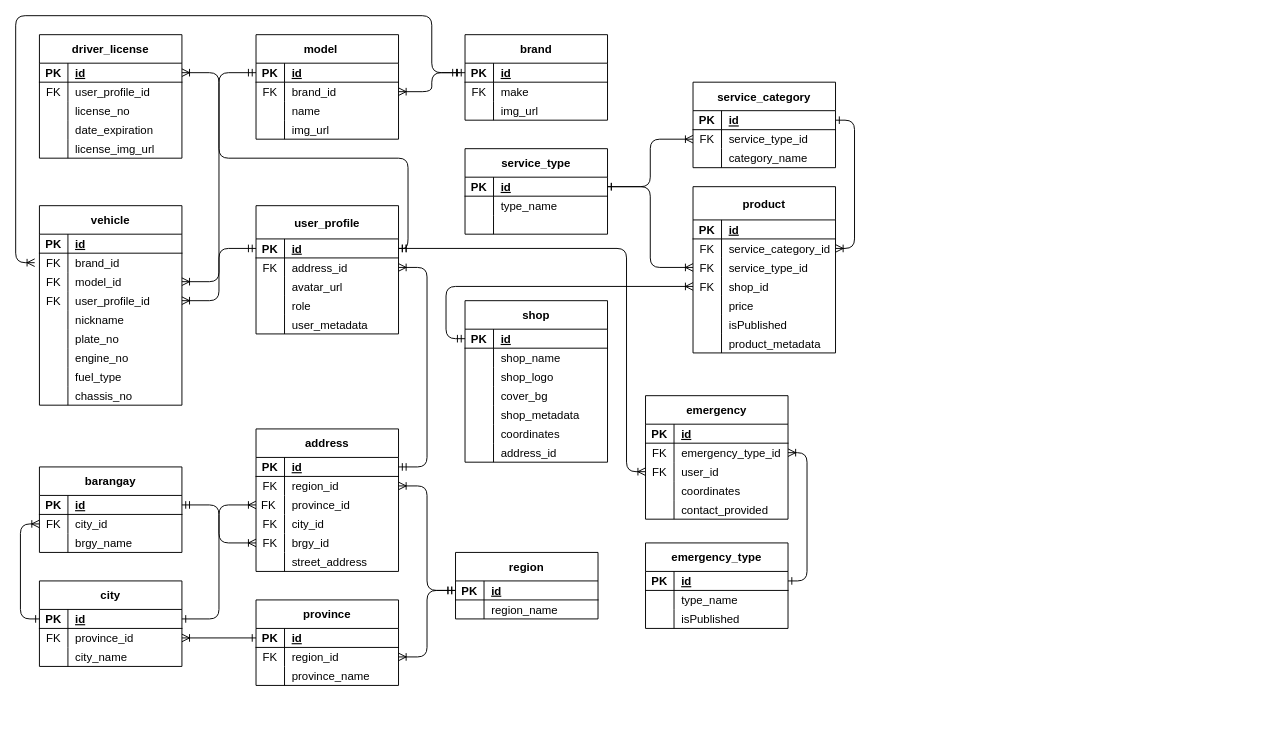
Above: Untitled Diagram.drawio in PitZza04/drawIO (draw.io), before the change. Source tidied: cells renumbered, new cells numbered last; positions are measured from the earlier drawing's top-left corner, leaving out a move shared by most shapes. Both pictures are drawn from the tidied source at 95%, with x=0, y=0 at pixel (15, 15).
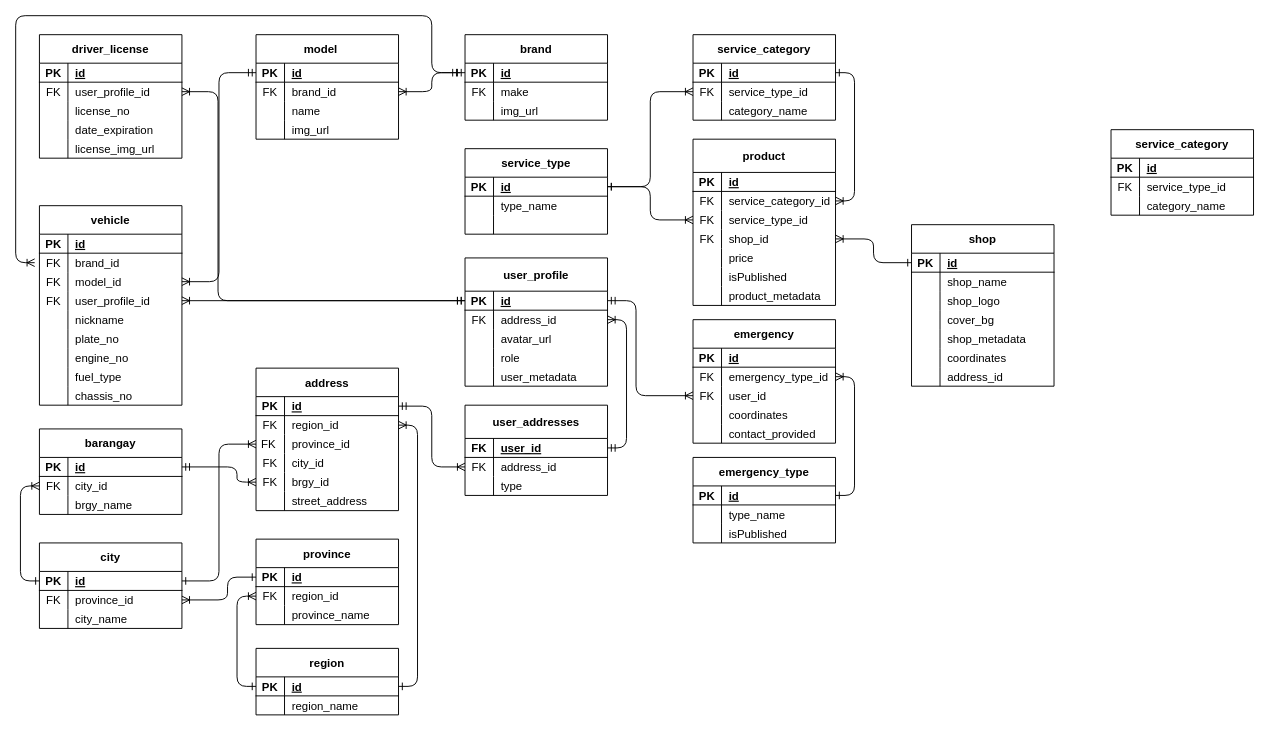
The same diagram, later.

Commit message:
Automate Database Design.drawio

The change refers to these unchanged cells:
```xml
<mxCell id="3" style="shape=partialRectangle;fillColor=none;top=0;left=0;bottom=1;right=0;points=[[0,0.5],[1,0.5]];portConstraint=eastwest;" parent="2" vertex="1">
  <mxGeometry y="30" width="150" height="20" as="geometry" />
</mxCell>
<mxCell id="6" style="shape=partialRectangle;fillColor=none;top=0;left=0;bottom=0;right=0;points=[[0,0.5],[1,0.5]];portConstraint=eastwest;" parent="2" vertex="1">
  <mxGeometry y="50" width="150" height="20" as="geometry" />
</mxCell>
<mxCell id="19" style="shape=partialRectangle;fillColor=none;top=0;left=0;bottom=1;right=0;points=[[0,0.5],[1,0.5]];portConstraint=eastwest;" parent="18" vertex="1">
  <mxGeometry y="35" width="150" height="20" as="geometry" />
</mxCell>
<mxCell id="22" style="shape=partialRectangle;fillColor=none;top=0;left=0;bottom=0;right=0;points=[[0,0.5],[1,0.5]];portConstraint=eastwest;" parent="18" vertex="1">
  <mxGeometry y="55" width="150" height="20" as="geometry" />
</mxCell>
<mxCell id="35" style="shape=partialRectangle;fillColor=none;top=0;left=0;bottom=1;right=0;points=[[0,0.5],[1,0.5]];portConstraint=eastwest;" parent="34" vertex="1">
  <mxGeometry y="30" width="150" height="20" as="geometry" />
</mxCell>
<mxCell id="38" style="shape=partialRectangle;fillColor=none;top=0;left=0;bottom=0;right=0;points=[[0,0.5],[1,0.5]];portConstraint=eastwest;" parent="34" vertex="1">
  <mxGeometry y="50" width="150" height="20" as="geometry" />
</mxCell>
<mxCell id="47" style="shape=partialRectangle;fillColor=none;top=0;left=0;bottom=0;right=0;points=[[0,0.5],[1,0.5]];portConstraint=eastwest;" parent="34" vertex="1">
  <mxGeometry y="110" width="150" height="20" as="geometry" />
</mxCell>
<mxCell id="54" style="shape=partialRectangle;fillColor=none;top=0;left=0;bottom=1;right=0;points=[[0,0.5],[1,0.5]];portConstraint=eastwest;" parent="53" vertex="1">
  <mxGeometry y="30" width="150" height="20" as="geometry" />
</mxCell>
<mxCell id="64" style="shape=partialRectangle;fillColor=none;top=0;left=0;bottom=0;right=0;points=[[0,0.5],[1,0.5]];portConstraint=eastwest;" parent="60" vertex="1">
  <mxGeometry y="50" width="150" height="20" as="geometry" />
</mxCell>
<mxCell id="71" style="shape=partialRectangle;fillColor=none;top=0;left=0;bottom=1;right=0;points=[[0,0.5],[1,0.5]];portConstraint=eastwest;" parent="70" vertex="1">
  <mxGeometry y="30" width="150" height="20" as="geometry" />
</mxCell>
<mxCell id="74" style="shape=partialRectangle;fillColor=none;top=0;left=0;bottom=0;right=0;points=[[0,0.5],[1,0.5]];portConstraint=eastwest;" parent="70" vertex="1">
  <mxGeometry y="50" width="150" height="20" as="geometry" />
</mxCell>
<mxCell id="81" style="shape=partialRectangle;fillColor=none;top=0;left=0;bottom=1;right=0;points=[[0,0.5],[1,0.5]];portConstraint=eastwest;" parent="80" vertex="1">
  <mxGeometry y="30" width="150" height="20" as="geometry" />
</mxCell>
<mxCell id="161" style="shape=partialRectangle;fillColor=none;top=0;left=0;bottom=0;right=0;points=[[0,0.5],[1,0.5]];portConstraint=eastwest;" parent="151" vertex="1">
  <mxGeometry y="95" width="150" height="20" as="geometry" />
</mxCell>
<mxCell id="197" style="shape=partialRectangle;fillColor=none;top=0;left=0;bottom=1;right=0;points=[[0,0.5],[1,0.5]];portConstraint=eastwest;" parent="196" vertex="1">
  <mxGeometry y="30" width="150" height="20" as="geometry" />
</mxCell>
<mxCell id="228" style="shape=partialRectangle;fillColor=none;top=0;left=0;bottom=0;right=0;points=[[0,0.5],[1,0.5]];portConstraint=eastwest;" parent="221" vertex="1">
  <mxGeometry y="70" width="150" height="20" as="geometry" />
</mxCell>
```

The edit, as a diff of the source:
```diff
@@
     <mxCell id="18" value="user_profile" style="shape=table;startSize=35;childLayout=tableLayout;rowLines=0;fontStyle=1;align=center;" parent="1" vertex="1">
-      <mxGeometry x="253" y="200" width="150" height="135" as="geometry" />
+      <mxGeometry x="473" y="255" width="150" height="135" as="geometry" />
     </mxCell>
@@
     <mxCell id="34" value="address" style="shape=table;startSize=30;childLayout=tableLayout;rowLines=0;fontStyle=1;align=center;" parent="1" vertex="1">
-      <mxGeometry x="253" y="435" width="150" height="150" as="geometry" />
+      <mxGeometry x="253" y="371" width="150" height="150" as="geometry" />
     </mxCell>
@@
     <mxCell id="53" value="region" style="shape=table;startSize=30;childLayout=tableLayout;rowLines=0;fontStyle=1;align=center;" parent="1" vertex="1">
-      <mxGeometry x="463" y="565" width="150" height="70" as="geometry" />
+      <mxGeometry x="253" y="666" width="150" height="70" as="geometry" />
     </mxCell>
@@
     <mxCell id="60" value="city" style="shape=table;startSize=30;childLayout=tableLayout;rowLines=0;fontStyle=1;align=center;" parent="1" vertex="1">
-      <mxGeometry x="25" y="595" width="150" height="90" as="geometry" />
+      <mxGeometry x="25" y="555" width="150" height="90" as="geometry" />
     </mxCell>
@@
     <mxCell id="70" value="province" style="shape=table;startSize=30;childLayout=tableLayout;rowLines=0;fontStyle=1;align=center;" parent="1" vertex="1">
-      <mxGeometry x="253" y="615" width="150" height="90" as="geometry" />
+      <mxGeometry x="253" y="551" width="150" height="90" as="geometry" />
     </mxCell>
@@
     <mxCell id="80" value="barangay" style="shape=table;startSize=30;childLayout=tableLayout;rowLines=0;fontStyle=1;align=center;" parent="1" vertex="1">
-      <mxGeometry x="25" y="475" width="150" height="90" as="geometry" />
+      <mxGeometry x="25" y="435" width="150" height="90" as="geometry" />
     </mxCell>
@@
-    <mxCell id="141" style="edgeStyle=entityRelationEdgeStyle;fontSize=12;html=1;endArrow=ERoneToMany;startArrow=ERmandOne;rounded=1;exitX=1;exitY=0.5;exitDx=0;exitDy=0;entryX=1;entryY=0.5;entryDx=0;entryDy=0;" parent="1" edge="1" source="35" target="22">
-      <mxGeometry relative="1" as="geometry" />
-    </mxCell>
-    <mxCell id="142" style="edgeStyle=entityRelationEdgeStyle;fontSize=12;html=1;endArrow=ERoneToMany;startArrow=ERmandOne;rounded=1;exitX=0;exitY=0.5;exitDx=0;exitDy=0;entryX=1;entryY=0.5;entryDx=0;entryDy=0;" parent="1" edge="1" source="54" target="74">
-      <mxGeometry relative="1" as="geometry" />
-    </mxCell>
-    <mxCell id="143" style="edgeStyle=entityRelationEdgeStyle;fontSize=12;html=1;endArrow=ERoneToMany;startArrow=ERmandOne;rounded=1;exitX=0;exitY=0.5;exitDx=0;exitDy=0;entryX=1;entryY=0.5;entryDx=0;entryDy=0;" parent="1" edge="1" source="54" target="38">
-      <mxGeometry relative="1" as="geometry" />
-    </mxCell>
@@
     <mxCell id="146" style="edgeStyle=orthogonalEdgeStyle;rounded=1;jettySize=auto;html=1;exitX=0;exitY=0.5;exitDx=0;exitDy=0;entryX=1;entryY=0.5;entryDx=0;entryDy=0;endArrow=ERoneToMany;endFill=0;startArrow=ERone;startFill=0;" parent="1" edge="1" source="71" target="64">
-      <mxGeometry relative="1" as="geometry" />
+      <mxGeometry relative="1" as="geometry">
+        <Array as="points">
+          <mxPoint x="223" y="591" />
+          <mxPoint x="223" y="615" />
+        </Array>
+      </mxGeometry>
     </mxCell>
     <mxCell id="147" style="edgeStyle=orthogonalEdgeStyle;rounded=1;jettySize=auto;html=1;exitX=1;exitY=0.5;exitDx=0;exitDy=0;entryX=0;entryY=0.5;entryDx=0;entryDy=0;startArrow=ERmandOne;startFill=0;endArrow=ERoneToMany;endFill=0;" parent="1" edge="1" source="81" target="47">
-      <mxGeometry relative="1" as="geometry" />
+      <mxGeometry relative="1" as="geometry">
+        <Array as="points">
+          <mxPoint x="233" y="475" />
+          <mxPoint x="233" y="491" />
+        </Array>
+      </mxGeometry>
     </mxCell>
-    <mxCell id="148" style="edgeStyle=orthogonalEdgeStyle;rounded=1;jettySize=auto;html=1;exitX=1;exitY=0.5;exitDx=0;exitDy=0;entryX=1;entryY=0.5;entryDx=0;entryDy=0;endArrow=ERoneToMany;endFill=0;startArrow=ERmandOne;startFill=0;" parent="1" edge="1" source="19" target="3">
-      <mxGeometry relative="1" as="geometry">
-        <Array as="points">
-          <mxPoint x="413" y="245" />
-          <mxPoint x="413" y="150" />
-          <mxPoint x="214" y="150" />
-          <mxPoint x="214" y="60" />
-        </Array>
-      </mxGeometry>
-    </mxCell>
@@
     <mxCell id="151" value="product" style="shape=table;startSize=35;childLayout=tableLayout;rowLines=0;fontStyle=1;align=center;" parent="1" vertex="1">
-      <mxGeometry x="713" y="180" width="150" height="175" as="geometry" />
+      <mxGeometry x="713" y="130" width="150" height="175" as="geometry" />
     </mxCell>
@@
     <mxCell id="184" value="service_category" style="shape=table;startSize=30;childLayout=tableLayout;rowLines=0;fontStyle=1;align=center;" parent="1" vertex="1">
-      <mxGeometry x="713" y="70" width="150" height="90" as="geometry" />
+      <mxGeometry x="713" y="20" width="150" height="90" as="geometry" />
     </mxCell>
@@
     <mxCell id="196" value="shop" style="shape=table;startSize=30;childLayout=tableLayout;rowLines=0;fontStyle=1;align=center;" parent="1" vertex="1">
-      <mxGeometry x="473" y="300" width="150" height="170" as="geometry" />
+      <mxGeometry x="943" y="220" width="150" height="170" as="geometry" />
     </mxCell>
@@
-    <mxCell id="218" style="edgeStyle=orthogonalEdgeStyle;rounded=1;jettySize=auto;html=1;exitX=0;exitY=0.5;exitDx=0;exitDy=0;entryX=0;entryY=0.5;entryDx=0;entryDy=0;startArrow=ERmandOne;startFill=0;endArrow=ERoneToMany;endFill=0;" parent="1" edge="1" source="197" target="161">
-      <mxGeometry relative="1" as="geometry" />
-    </mxCell>
@@
     <mxCell id="221" value="emergency" style="shape=table;startSize=30;childLayout=tableLayout;rowLines=0;fontStyle=1;align=center;" parent="1" vertex="1">
-      <mxGeometry x="663" y="400" width="150" height="130" as="geometry" />
+      <mxGeometry x="713" y="320" width="150" height="130" as="geometry" />
     </mxCell>
@@
     <mxCell id="237" value="emergency_type" style="shape=table;startSize=30;childLayout=tableLayout;rowLines=0;fontStyle=1;align=center;" parent="1" vertex="1">
-      <mxGeometry x="663" y="555" width="150" height="90" as="geometry" />
+      <mxGeometry x="713" y="465" width="150" height="90" as="geometry" />
     </mxCell>
@@
-    <mxCell id="247" style="edgeStyle=orthogonalEdgeStyle;rounded=1;jettySize=auto;html=1;exitX=1;exitY=0.5;exitDx=0;exitDy=0;entryX=0;entryY=0.5;entryDx=0;entryDy=0;startArrow=ERmandOne;startFill=0;endArrow=ERoneToMany;endFill=0;" parent="1" edge="1" source="19" target="228">
+    <mxCell id="247" style="edgeStyle=orthogonalEdgeStyle;rounded=1;jettySize=auto;html=1;entryX=0;entryY=0.5;entryDx=0;entryDy=0;startArrow=ERmandOne;startFill=0;endArrow=ERoneToMany;endFill=0;exitX=1;exitY=0.5;exitDx=0;exitDy=0;" parent="1" edge="1" source="19" target="228">
       <mxGeometry relative="1" as="geometry">
         <Array as="points">
-          <mxPoint x="643" y="245" />
-          <mxPoint x="643" y="480" />
+          <mxPoint x="653" y="300" />
+          <mxPoint x="653" y="400" />
         </Array>
       </mxGeometry>
     </mxCell>
@@
+    <mxCell id="249" value="service_category" style="shape=table;startSize=30;childLayout=tableLayout;rowLines=0;fontStyle=1;align=center;" parent="1" vertex="1">
+      <mxGeometry x="1153" y="120" width="150" height="90" as="geometry" />
+    </mxCell>
+    <mxCell id="250" style="shape=partialRectangle;fillColor=none;top=0;left=0;bottom=1;right=0;" parent="249" vertex="1">
+      <mxGeometry y="30" width="150" height="20" as="geometry" />
+    </mxCell>
+    <mxCell id="251" value="PK" style="shape=partialRectangle;fillColor=none;top=0;left=0;bottom=0;right=0;fontStyle=1;overflow=hidden;" parent="250" vertex="1">
+      <mxGeometry width="30" height="20" as="geometry" />
+    </mxCell>
+    <mxCell id="252" value="id" style="shape=partialRectangle;fillColor=none;top=0;left=0;bottom=0;right=0;align=left;spacingLeft=6;fontStyle=5;overflow=hidden;" parent="250" vertex="1">
+      <mxGeometry x="30" width="120" height="20" as="geometry" />
+    </mxCell>
+    <mxCell id="253" style="shape=partialRectangle;fillColor=none;top=0;left=0;bottom=0;right=0;" parent="249" vertex="1">
+      <mxGeometry y="50" width="150" height="20" as="geometry" />
+    </mxCell>
+    <mxCell id="254" value="FK" style="shape=partialRectangle;fillColor=none;top=0;left=0;bottom=0;right=0;overflow=hidden;" parent="253" vertex="1">
+      <mxGeometry width="30" height="20" as="geometry" />
+    </mxCell>
+    <mxCell id="255" value="service_type_id" style="shape=partialRectangle;fillColor=none;top=0;left=0;bottom=0;right=0;align=left;spacingLeft=6;overflow=hidden;" parent="253" vertex="1">
+      <mxGeometry x="30" width="120" height="20" as="geometry" />
+    </mxCell>
+    <mxCell id="256" style="shape=partialRectangle;fillColor=none;top=0;left=0;bottom=0;right=0;" parent="249" vertex="1">
+      <mxGeometry y="70" width="150" height="20" as="geometry" />
+    </mxCell>
+    <mxCell id="257" style="shape=partialRectangle;fillColor=none;top=0;left=0;bottom=0;right=0;overflow=hidden;" parent="256" vertex="1">
+      <mxGeometry width="30" height="20" as="geometry" />
+    </mxCell>
+    <mxCell id="258" value="category_name" style="shape=partialRectangle;fillColor=none;top=0;left=0;bottom=0;right=0;align=left;spacingLeft=6;overflow=hidden;" parent="256" vertex="1">
+      <mxGeometry x="30" width="120" height="20" as="geometry" />
+    </mxCell>
+    <mxCell id="218" style="edgeStyle=orthogonalEdgeStyle;rounded=1;jettySize=auto;html=1;exitX=0;exitY=0.5;exitDx=0;exitDy=0;entryX=1;entryY=0.5;entryDx=0;entryDy=0;startArrow=ERone;startFill=0;endArrow=ERoneToMany;endFill=0;" parent="1" edge="1" source="197" target="161">
+      <mxGeometry relative="1" as="geometry" />
+    </mxCell>
+    <mxCell id="142" style="edgeStyle=orthogonalEdgeStyle;rounded=1;jettySize=auto;html=1;exitX=0;exitY=0.5;exitDx=0;exitDy=0;entryX=0;entryY=0.5;entryDx=0;entryDy=0;startArrow=ERone;startFill=0;endArrow=ERoneToMany;endFill=0;" parent="1" edge="1" source="54" target="74">
+      <mxGeometry relative="1" as="geometry" />
+    </mxCell>
+    <mxCell id="143" style="edgeStyle=orthogonalEdgeStyle;rounded=1;jettySize=auto;html=1;exitX=1;exitY=0.5;exitDx=0;exitDy=0;entryX=1;entryY=0.5;entryDx=0;entryDy=0;startArrow=ERone;startFill=0;endArrow=ERoneToMany;endFill=0;" parent="1" edge="1" source="54" target="38">
+      <mxGeometry relative="1" as="geometry" />
+    </mxCell>
+    <mxCell id="259" style="edgeStyle=orthogonalEdgeStyle;rounded=1;jettySize=auto;html=1;exitX=0;exitY=0.5;exitDx=0;exitDy=0;entryX=1;entryY=0.5;entryDx=0;entryDy=0;endArrow=ERoneToMany;endFill=0;startArrow=ERmandOne;startFill=0;" parent="1" edge="1" source="19" target="6">
+      <mxGeometry relative="1" as="geometry">
+        <Array as="points">
+          <mxPoint x="213" y="300" />
+          <mxPoint x="213" y="80" />
+        </Array>
+      </mxGeometry>
+    </mxCell>
+    <mxCell id="260" value="user_addresses" style="shape=table;startSize=35;childLayout=tableLayout;rowLines=0;fontStyle=1;align=center;" parent="1" vertex="1">
+      <mxGeometry x="473" y="410" width="150" height="95" as="geometry" />
+    </mxCell>
+    <mxCell id="261" style="shape=partialRectangle;fillColor=none;top=0;left=0;bottom=1;right=0;points=[[0,0.5],[1,0.5]];portConstraint=eastwest;" parent="260" vertex="1">
+      <mxGeometry y="35" width="150" height="20" as="geometry" />
+    </mxCell>
+    <mxCell id="262" value="FK" style="shape=partialRectangle;fillColor=none;top=0;left=0;bottom=0;right=0;fontStyle=1;overflow=hidden;" parent="261" vertex="1">
+      <mxGeometry width="30" height="20" as="geometry" />
+    </mxCell>
+    <mxCell id="263" value="user_id" style="shape=partialRectangle;fillColor=none;top=0;left=0;bottom=0;right=0;align=left;spacingLeft=6;fontStyle=5;overflow=hidden;" parent="261" vertex="1">
+      <mxGeometry x="30" width="120" height="20" as="geometry" />
+    </mxCell>
+    <mxCell id="264" style="shape=partialRectangle;fillColor=none;top=0;left=0;bottom=0;right=0;points=[[0,0.5],[1,0.5]];portConstraint=eastwest;" parent="260" vertex="1">
+      <mxGeometry y="55" width="150" height="20" as="geometry" />
+    </mxCell>
+    <mxCell id="265" value="FK" style="shape=partialRectangle;fillColor=none;top=0;left=0;bottom=0;right=0;overflow=hidden;" parent="264" vertex="1">
+      <mxGeometry width="30" height="20" as="geometry" />
+    </mxCell>
+    <mxCell id="266" value="address_id" style="shape=partialRectangle;fillColor=none;top=0;left=0;bottom=0;right=0;align=left;spacingLeft=6;overflow=hidden;" parent="264" vertex="1">
+      <mxGeometry x="30" width="120" height="20" as="geometry" />
+    </mxCell>
+    <mxCell id="267" style="shape=partialRectangle;fillColor=none;top=0;left=0;bottom=0;right=0;" parent="260" vertex="1">
+      <mxGeometry y="75" width="150" height="20" as="geometry" />
+    </mxCell>
+    <mxCell id="268" style="shape=partialRectangle;fillColor=none;top=0;left=0;bottom=0;right=0;overflow=hidden;" parent="267" vertex="1">
+      <mxGeometry width="30" height="20" as="geometry" />
+    </mxCell>
+    <mxCell id="269" value="type" style="shape=partialRectangle;fillColor=none;top=0;left=0;bottom=0;right=0;align=left;spacingLeft=6;overflow=hidden;" parent="267" vertex="1">
+      <mxGeometry x="30" width="120" height="20" as="geometry" />
+    </mxCell>
+    <mxCell id="270" style="edgeStyle=orthogonalEdgeStyle;rounded=1;jettySize=auto;html=1;exitX=1;exitY=0.5;exitDx=0;exitDy=0;entryX=0;entryY=0.5;entryDx=0;entryDy=0;startArrow=ERmandOne;startFill=0;endArrow=ERoneToMany;endFill=0;" parent="1" edge="1" source="35" target="264">
+      <mxGeometry relative="1" as="geometry" />
+    </mxCell>
+    <mxCell id="271" style="edgeStyle=orthogonalEdgeStyle;rounded=1;jettySize=auto;html=1;exitX=1;exitY=0.5;exitDx=0;exitDy=0;startArrow=ERmandOne;startFill=0;endArrow=ERoneToMany;endFill=0;" parent="1" edge="1" source="261" target="22">
+      <mxGeometry relative="1" as="geometry" />
+    </mxCell>
```
